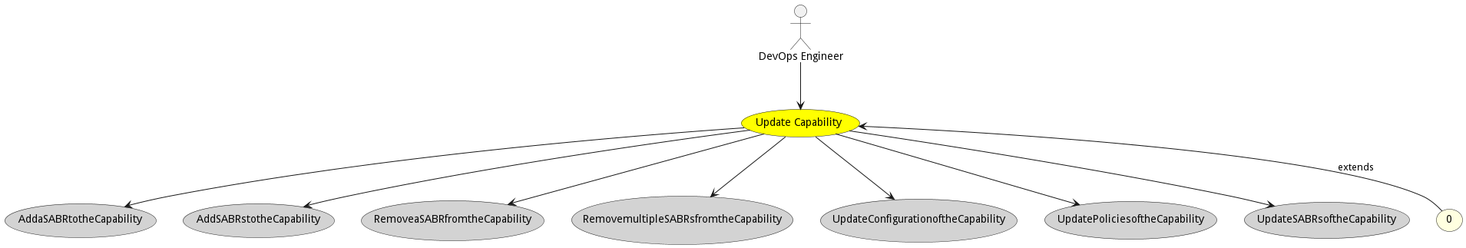
The PlantUML diagram docs/sabr/aml/cm/usecases/UpdateCapability/Activities.png in madajaju/sabr, before a commit. The source it was exported from:
```plantuml
@startuml


usecase "Update Capability" as UpdateCapability #yellow

Actor "DevOps Engineer" as DevOpsEngineer

DevOpsEngineer --> UpdateCapability



usecase "AddaSABRtotheCapability" as AddaSABRtotheCapability #lightgrey

UpdateCapability --> AddaSABRtotheCapability

usecase "AddSABRstotheCapability" as AddSABRstotheCapability #lightgrey

UpdateCapability --> AddSABRstotheCapability

usecase "RemoveaSABRfromtheCapability" as RemoveaSABRfromtheCapability #lightgrey

UpdateCapability --> RemoveaSABRfromtheCapability

usecase "RemovemultipleSABRsfromtheCapability" as RemovemultipleSABRsfromtheCapability #lightgrey

UpdateCapability --> RemovemultipleSABRsfromtheCapability

usecase "UpdateConfigurationoftheCapability" as UpdateConfigurationoftheCapability #lightgrey

UpdateCapability --> UpdateConfigurationoftheCapability

usecase "UpdatePoliciesoftheCapability" as UpdatePoliciesoftheCapability #lightgrey

UpdateCapability --> UpdatePoliciesoftheCapability

usecase "UpdateSABRsoftheCapability" as UpdateSABRsoftheCapability #lightgrey

UpdateCapability --> UpdateSABRsoftheCapability



usecase "0" as 0 #lightyellow

UpdateCapability <-- 0 : extends







@enduml
```
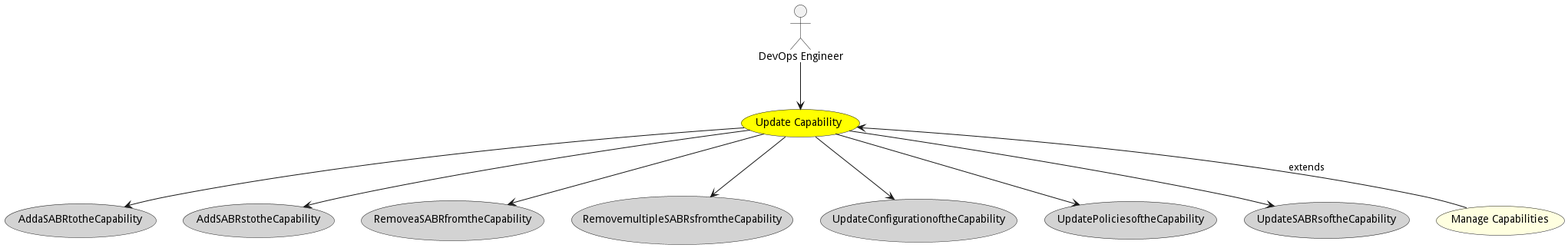
Later version of the same file.

What changed in the source:
```diff
@@ -39,9 +39,9 @@
 
 
 
-usecase "0" as 0 #lightyellow
+usecase "Manage Capabilities" as ManageCapabilities #lightyellow
 
-UpdateCapability <-- 0 : extends
+UpdateCapability <-- ManageCapabilities : extends
 
 
 
```
